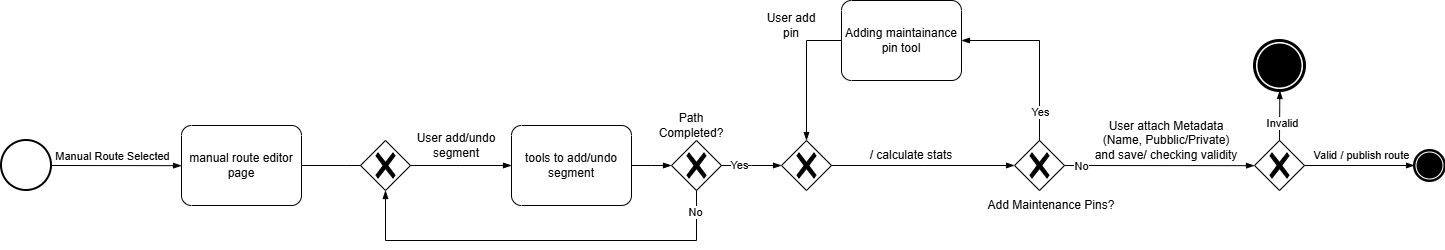
This is RASD/LaTeXCode/images/StateDiagrams/ManualRouteCreation.drawio.png from jacopobellosi/Bellosi-Montanelli-Tempobono, a draw.io export, as it was before one commit. Source tidied: cells renumbered, new cells last; positions are measured from the earlier drawing's top-left corner, leaving out a move shared by most shapes.
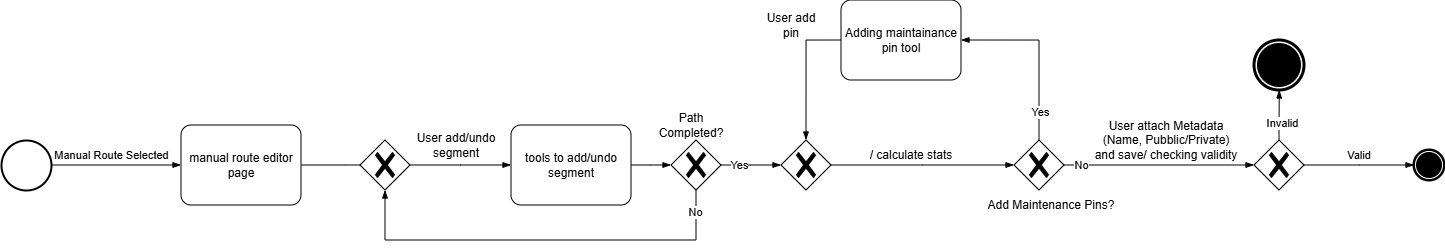
Above is the later version.

Diff of the diagram source:
```diff
@@ -104,7 +104,7 @@
     <mxCell id="31" style="edgeStyle=elbowEdgeStyle;fontSize=12;html=1;endArrow=blockThin;endFill=1;rounded=0;exitX=1;exitY=0.5;exitDx=0;exitDy=0;exitPerimeter=0;entryX=0;entryY=0.5;entryDx=0;entryDy=0;entryPerimeter=0;" parent="1" edge="1" source="27" target="37">
       <mxGeometry relative="1" as="geometry" />
     </mxCell>
-    <mxCell id="32" value="Valid / publish route" style="edgeLabel;html=1;align=center;verticalAlign=middle;" parent="31" vertex="1">
+    <mxCell id="32" value="Valid&amp;nbsp;" style="edgeLabel;html=1;align=center;verticalAlign=middle;" parent="31" vertex="1">
       <mxGeometry x="-0.38" relative="1" as="geometry">
         <mxPoint x="22" y="-10" as="offset" />
       </mxGeometry>
```
